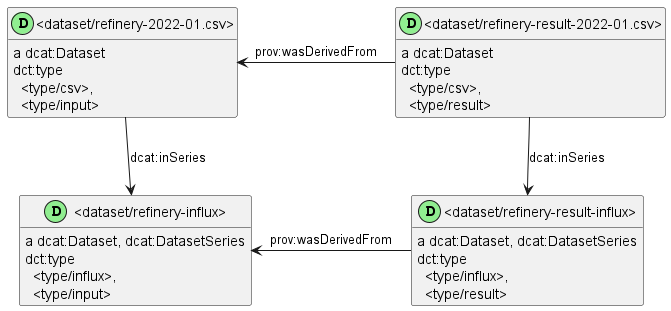
This is dataset-relations.png from underpin-project/model, a PlantUML export, as it was before one commit.
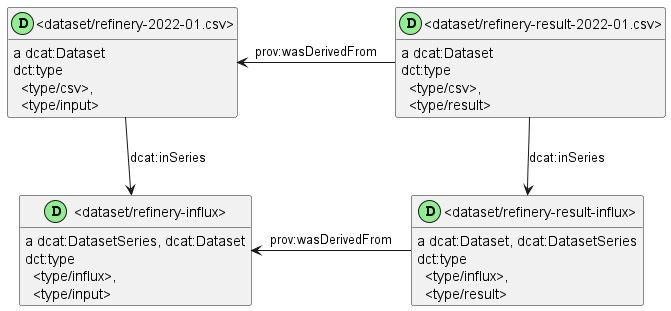
The same file after the commit.

Diff of the diagram source:
```diff
@@ -17,11 +17,11 @@
 _dataset_refinery_2022_01_csv_ : {field} a dcat:Dataset
 _dataset_refinery_2022_01_csv_ -down-> _dataset_refinery_influx_ : dcat:inSeries
 _dataset_refinery_2022_01_csv_ : {field} dct:type\n  <type/csv>,\n  <type/input>
-_dataset_refinery_influx_ : {field} a dcat:Dataset, dcat:DatasetSeries
-_dataset_refinery_influx_ : {field} dct:type\n  <type/influx>,\n  <type/input>
 _dataset_refinery_result_influx_ : {field} a dcat:Dataset, dcat:DatasetSeries
 _dataset_refinery_result_influx_ -left-> _dataset_refinery_influx_ : prov:wasDerivedFrom
 _dataset_refinery_result_influx_ : {field} dct:type\n  <type/influx>,\n  <type/result>
+_dataset_refinery_influx_ : {field} a dcat:DatasetSeries, dcat:Dataset
+_dataset_refinery_influx_ : {field} dct:type\n  <type/influx>,\n  <type/input>
 _dataset_refinery_result_2022_01_csv_ : {field} a dcat:Dataset
 _dataset_refinery_result_2022_01_csv_ -down-> _dataset_refinery_result_influx_ : dcat:inSeries
 _dataset_refinery_result_2022_01_csv_ -left-> _dataset_refinery_2022_01_csv_ : prov:wasDerivedFrom
```
